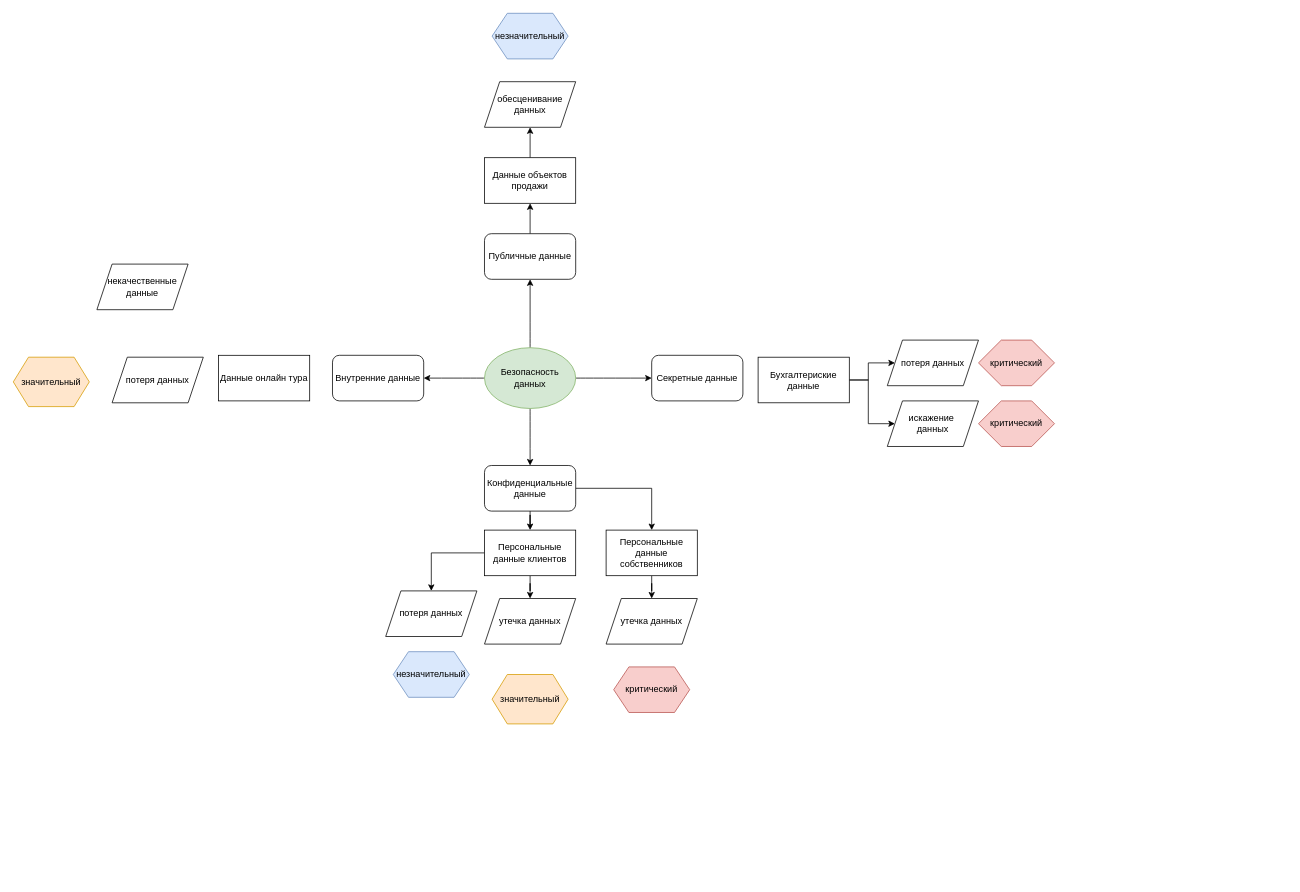
alexii-potapov/architecture-propdevelopment keeps this draw.io diagram as Task1/Task1.drawio. Above is the earlier version. Source tidied: cells renumbered, new cells numbered last; positions are measured from the earlier drawing's top-left corner, leaving out a move shared by most shapes. Both pictures are drawn from the tidied source at 76%, with x=0, y=0 at pixel (13, 13).
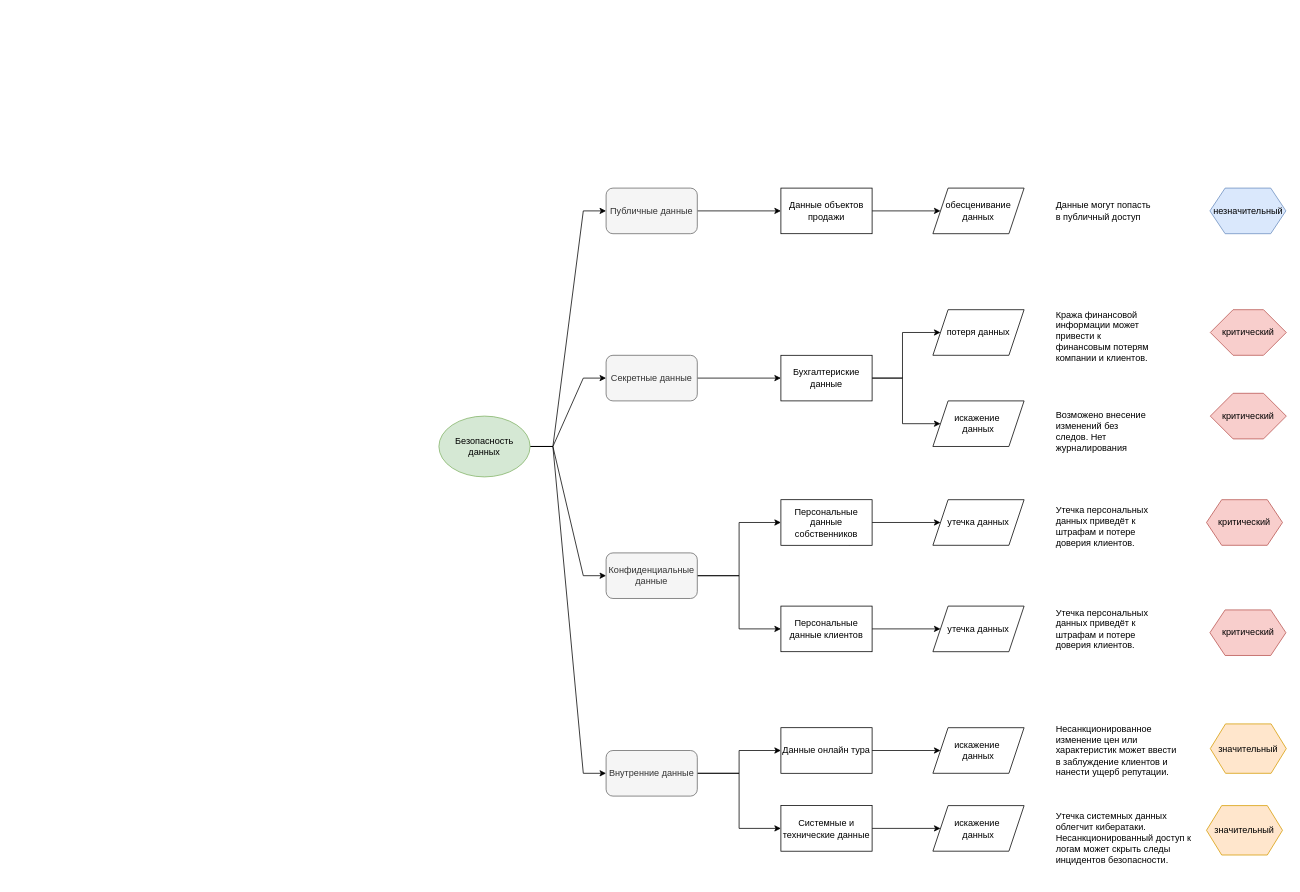
The same page after the edit.

Commit message:
Дополнение в Задание-1

Diff of the diagram source:
```diff
@@
+    <mxCell id="5" style="edgeStyle=entityRelationEdgeStyle;rounded=0;jettySize=auto;html=1;entryX=0;entryY=0.5;entryDx=0;entryDy=0;" parent="1" edge="1" source="6" target="9">
+      <mxGeometry relative="1" as="geometry" />
+    </mxCell>
+    <mxCell id="4" style="edgeStyle=entityRelationEdgeStyle;rounded=0;jettySize=auto;html=1;entryX=0;entryY=0.5;entryDx=0;entryDy=0;" parent="1" edge="1" source="6" target="12">
+      <mxGeometry relative="1" as="geometry" />
+    </mxCell>
+    <mxCell id="3" style="edgeStyle=entityRelationEdgeStyle;rounded=0;jettySize=auto;html=1;entryX=0;entryY=0.5;entryDx=0;entryDy=0;" parent="1" edge="1" source="6" target="13">
+      <mxGeometry relative="1" as="geometry" />
+    </mxCell>
-    <mxCell id="2" style="edgeStyle=orthogonalEdgeStyle;rounded=0;jettySize=auto;html=1;curved=1;entryX=0.5;entryY=1;entryDx=0;entryDy=0;" parent="1" edge="1" source="6" target="8">
+    <mxCell id="2" style="edgeStyle=entityRelationEdgeStyle;rounded=0;jettySize=auto;html=1;entryX=0;entryY=0.5;entryDx=0;entryDy=0;" parent="1" edge="1" source="6" target="8">
       <mxGeometry relative="1" as="geometry" />
     </mxCell>
-    <mxCell id="3" style="edgeStyle=orthogonalEdgeStyle;rounded=0;jettySize=auto;html=1;entryX=0;entryY=0.5;entryDx=0;entryDy=0;curved=1;" parent="1" edge="1" source="6" target="13">
-      <mxGeometry relative="1" as="geometry" />
-    </mxCell>
-    <mxCell id="4" style="edgeStyle=orthogonalEdgeStyle;rounded=0;jettySize=auto;html=1;entryX=0.5;entryY=0;entryDx=0;entryDy=0;curved=1;" parent="1" edge="1" source="6" target="12">
-      <mxGeometry relative="1" as="geometry" />
-    </mxCell>
-    <mxCell id="5" style="edgeStyle=orthogonalEdgeStyle;rounded=0;jettySize=auto;html=1;entryX=1;entryY=0.5;entryDx=0;entryDy=0;curved=1;" parent="1" edge="1" source="6" target="9">
-      <mxGeometry relative="1" as="geometry" />
-    </mxCell>
     <mxCell id="6" value="Безопасность данных" style="ellipse;whiteSpace=wrap;html=1;fillColor=#d5e8d4;strokeColor=#82b366;" parent="1" vertex="1">
-      <mxGeometry x="620" y="440" width="120" height="80" as="geometry" />
+      <mxGeometry x="560" y="530" width="120" height="80" as="geometry" />
     </mxCell>
@@
-    <mxCell id="8" value="Публичные данные" style="rounded=1;whiteSpace=wrap;html=1;" parent="1" vertex="1">
-      <mxGeometry x="620" y="290" width="120" height="60" as="geometry" />
+    <mxCell id="8" value="Публичные данные" style="rounded=1;whiteSpace=wrap;html=1;fillColor=#f5f5f5;fontColor=#333333;strokeColor=#666666;" parent="1" vertex="1">
+      <mxGeometry x="780" y="230" width="120" height="60" as="geometry" />
     </mxCell>
+    <mxCell id="40" style="edgeStyle=orthogonalEdgeStyle;rounded=0;jettySize=auto;html=1;" parent="1" edge="1" source="9" target="23">
+      <mxGeometry relative="1" as="geometry" />
+    </mxCell>
+    <mxCell id="41" style="edgeStyle=orthogonalEdgeStyle;rounded=0;jettySize=auto;html=1;entryX=0;entryY=0.5;entryDx=0;entryDy=0;" parent="1" edge="1" source="9" target="53">
+      <mxGeometry relative="1" as="geometry" />
+    </mxCell>
-    <mxCell id="9" value="Внутренние данные" style="rounded=1;whiteSpace=wrap;html=1;" parent="1" vertex="1">
-      <mxGeometry x="420" y="450" width="120" height="60" as="geometry" />
+    <mxCell id="9" value="Внутренние данные" style="rounded=1;whiteSpace=wrap;html=1;fillColor=#f5f5f5;fontColor=#333333;strokeColor=#666666;" parent="1" vertex="1">
+      <mxGeometry x="780" y="970" width="120" height="60" as="geometry" />
     </mxCell>
+    <mxCell id="11" style="edgeStyle=orthogonalEdgeStyle;rounded=0;jettySize=auto;html=1;entryX=0;entryY=0.5;entryDx=0;entryDy=0;" parent="1" edge="1" source="12" target="31">
+      <mxGeometry relative="1" as="geometry" />
+    </mxCell>
-    <mxCell id="10" style="edgeStyle=orthogonalEdgeStyle;rounded=0;jettySize=auto;html=1;" parent="1" edge="1" source="12" target="22">
+    <mxCell id="10" style="edgeStyle=orthogonalEdgeStyle;rounded=0;jettySize=auto;html=1;entryX=0;entryY=0.5;entryDx=0;entryDy=0;" parent="1" edge="1" source="12" target="22">
       <mxGeometry relative="1" as="geometry" />
     </mxCell>
-    <mxCell id="11" style="edgeStyle=orthogonalEdgeStyle;rounded=0;jettySize=auto;html=1;" parent="1" edge="1" source="12" target="31">
-      <mxGeometry relative="1" as="geometry" />
-    </mxCell>
-    <mxCell id="12" value="Конфиденциальные данные" style="rounded=1;whiteSpace=wrap;html=1;" parent="1" vertex="1">
-      <mxGeometry x="620" y="595" width="120" height="60" as="geometry" />
+    <mxCell id="12" value="Конфиденциальные данные" style="rounded=1;whiteSpace=wrap;html=1;fillColor=#f5f5f5;fontColor=#333333;strokeColor=#666666;" parent="1" vertex="1">
+      <mxGeometry x="780" y="710" width="120" height="60" as="geometry" />
     </mxCell>
+    <mxCell id="42" style="edgeStyle=orthogonalEdgeStyle;rounded=0;jettySize=auto;html=1;exitX=1;exitY=0.5;exitDx=0;exitDy=0;" parent="1" edge="1" source="13" target="37">
+      <mxGeometry relative="1" as="geometry" />
+    </mxCell>
-    <mxCell id="13" value="Секретные данные" style="rounded=1;whiteSpace=wrap;html=1;" parent="1" vertex="1">
-      <mxGeometry x="840" y="450" width="120" height="60" as="geometry" />
+    <mxCell id="13" value="Секретные данные" style="rounded=1;whiteSpace=wrap;html=1;fillColor=#f5f5f5;fontColor=#333333;strokeColor=#666666;" parent="1" vertex="1">
+      <mxGeometry x="780" y="450" width="120" height="60" as="geometry" />
     </mxCell>
-    <mxCell id="14" value="потеря данных" style="shape=parallelogram;perimeter=parallelogramPerimeter;whiteSpace=wrap;html=1;fixedSize=1;" parent="1" vertex="1">
-      <mxGeometry x="130" y="452.5" width="120" height="60" as="geometry" />
+    <mxCell id="14" value="искажение&amp;nbsp;&lt;div&gt;данных&lt;/div&gt;" style="shape=parallelogram;perimeter=parallelogramPerimeter;whiteSpace=wrap;html=1;fixedSize=1;" parent="1" vertex="1">
+      <mxGeometry x="1210" y="940" width="120" height="60" as="geometry" />
     </mxCell>
-    <mxCell id="15" value="некачественные данные" style="shape=parallelogram;perimeter=parallelogramPerimeter;whiteSpace=wrap;html=1;fixedSize=1;" parent="1" vertex="1">
-      <mxGeometry x="110" y="330" width="120" height="60" as="geometry" />
-    </mxCell>
     <mxCell id="16" value="обесценивание данных" style="shape=parallelogram;perimeter=parallelogramPerimeter;whiteSpace=wrap;html=1;fixedSize=1;" parent="1" vertex="1">
-      <mxGeometry x="620" y="90" width="120" height="60" as="geometry" />
+      <mxGeometry x="1210" y="230" width="120" height="60" as="geometry" />
     </mxCell>
     <mxCell id="17" value="утечка данных" style="shape=parallelogram;perimeter=parallelogramPerimeter;whiteSpace=wrap;html=1;fixedSize=1;" parent="1" vertex="1">
-      <mxGeometry x="620" y="770" width="120" height="60" as="geometry" />
+      <mxGeometry x="1210" y="780" width="120" height="60" as="geometry" />
     </mxCell>
     <mxCell id="18" value="незначительный" style="shape=hexagon;perimeter=hexagonPerimeter2;whiteSpace=wrap;html=1;fixedSize=1;fillColor=#dae8fc;strokeColor=#6c8ebf;" parent="1" vertex="1">
-      <mxGeometry x="630" width="100" height="60" as="geometry" />
+      <mxGeometry x="1574.5" y="230" width="100" height="60" as="geometry" />
     </mxCell>
     <mxCell id="19" value="критический" style="shape=hexagon;perimeter=hexagonPerimeter2;whiteSpace=wrap;html=1;fixedSize=1;fillColor=#f8cecc;strokeColor=#b85450;size=30;" parent="1" vertex="1">
-      <mxGeometry x="1270" y="510" width="100" height="60" as="geometry" />
+      <mxGeometry x="1575" y="500" width="100" height="60" as="geometry" />
     </mxCell>
-    <mxCell id="20" style="edgeStyle=orthogonalEdgeStyle;rounded=0;jettySize=auto;html=1;entryX=0.5;entryY=0;entryDx=0;entryDy=0;" parent="1" edge="1" source="22" target="28">
-      <mxGeometry relative="1" as="geometry" />
-    </mxCell>
-    <mxCell id="21" style="edgeStyle=orthogonalEdgeStyle;rounded=0;jettySize=auto;html=1;entryX=0.5;entryY=0;entryDx=0;entryDy=0;" parent="1" edge="1" source="22" target="17">
+    <mxCell id="21" style="edgeStyle=orthogonalEdgeStyle;rounded=0;jettySize=auto;html=1;entryX=0;entryY=0.5;entryDx=0;entryDy=0;" parent="1" edge="1" source="22" target="17">
       <mxGeometry relative="1" as="geometry" />
     </mxCell>
     <mxCell id="22" value="Персональные данные клиентов" style="rounded=0;whiteSpace=wrap;html=1;" parent="1" vertex="1">
-      <mxGeometry x="620" y="680" width="120" height="60" as="geometry" />
+      <mxGeometry x="1010" y="780" width="120" height="60" as="geometry" />
     </mxCell>
+    <mxCell id="43" style="edgeStyle=orthogonalEdgeStyle;rounded=0;jettySize=auto;html=1;" parent="1" edge="1" source="23" target="14">
+      <mxGeometry relative="1" as="geometry" />
+    </mxCell>
     <mxCell id="23" value="Данные онлайн тура" style="rounded=0;whiteSpace=wrap;html=1;" parent="1" vertex="1">
-      <mxGeometry x="270" y="450" width="120" height="60" as="geometry" />
+      <mxGeometry x="1010" y="940" width="120" height="60" as="geometry" />
     </mxCell>
@@
     <mxCell id="25" value="Данные объектов продажи" style="rounded=0;whiteSpace=wrap;html=1;" parent="1" vertex="1">
-      <mxGeometry x="620" y="190" width="120" height="60" as="geometry" />
+      <mxGeometry x="1010" y="230" width="120" height="60" as="geometry" />
     </mxCell>
     <mxCell id="26" value="критический" style="shape=hexagon;perimeter=hexagonPerimeter2;whiteSpace=wrap;html=1;fixedSize=1;fillColor=#f8cecc;strokeColor=#b85450;" parent="1" vertex="1">
-      <mxGeometry x="790" y="860" width="100" height="60" as="geometry" />
+      <mxGeometry x="1570" y="640" width="100" height="60" as="geometry" />
     </mxCell>
     <mxCell id="27" value="значительный" style="shape=hexagon;perimeter=hexagonPerimeter2;whiteSpace=wrap;html=1;fixedSize=1;fillColor=#ffe6cc;strokeColor=#d79b00;" parent="1" vertex="1">
-      <mxGeometry y="452.5" width="100" height="65" as="geometry" />
+      <mxGeometry x="1575" y="935" width="100" height="65" as="geometry" />
     </mxCell>
-    <mxCell id="28" value="потеря данных" style="shape=parallelogram;perimeter=parallelogramPerimeter;whiteSpace=wrap;html=1;fixedSize=1;" parent="1" vertex="1">
-      <mxGeometry x="490" y="760" width="120" height="60" as="geometry" />
-    </mxCell>
     <mxCell id="29" value="потеря данных" style="shape=parallelogram;perimeter=parallelogramPerimeter;whiteSpace=wrap;html=1;fixedSize=1;" parent="1" vertex="1">
-      <mxGeometry x="1150" y="430" width="120" height="60" as="geometry" />
+      <mxGeometry x="1210" y="390" width="120" height="60" as="geometry" />
     </mxCell>
@@
+    <mxCell id="44" style="edgeStyle=orthogonalEdgeStyle;rounded=0;jettySize=auto;html=1;exitX=0.75;exitY=1;exitDx=0;exitDy=0;" parent="1" edge="1" source="31">
+      <mxGeometry relative="1" as="geometry">
+        <mxPoint x="1100" y="690" as="targetPoint" />
+      </mxGeometry>
+    </mxCell>
     <mxCell id="31" value="Персональные данные собственников" style="rounded=0;whiteSpace=wrap;html=1;" parent="1" vertex="1">
-      <mxGeometry x="780" y="680" width="120" height="60" as="geometry" />
+      <mxGeometry x="1010" y="640" width="120" height="60" as="geometry" />
     </mxCell>
     <mxCell id="32" value="утечка данных" style="shape=parallelogram;perimeter=parallelogramPerimeter;whiteSpace=wrap;html=1;fixedSize=1;" parent="1" vertex="1">
-      <mxGeometry x="780" y="770" width="120" height="60" as="geometry" />
+      <mxGeometry x="1210" y="640" width="120" height="60" as="geometry" />
     </mxCell>
-    <mxCell id="33" value="незначительный" style="shape=hexagon;perimeter=hexagonPerimeter2;whiteSpace=wrap;html=1;fixedSize=1;fillColor=#dae8fc;strokeColor=#6c8ebf;" parent="1" vertex="1">
-      <mxGeometry x="500" y="840" width="100" height="60" as="geometry" />
-    </mxCell>
-    <mxCell id="34" value="значительный" style="shape=hexagon;perimeter=hexagonPerimeter2;whiteSpace=wrap;html=1;fixedSize=1;fillColor=#ffe6cc;strokeColor=#d79b00;" parent="1" vertex="1">
-      <mxGeometry x="630" y="870" width="100" height="65" as="geometry" />
-    </mxCell>
@@
     <mxCell id="37" value="Бухгалтериские данные" style="rounded=0;whiteSpace=wrap;html=1;" parent="1" vertex="1">
-      <mxGeometry x="980" y="452.5" width="120" height="60" as="geometry" />
+      <mxGeometry x="1010" y="450" width="120" height="60" as="geometry" />
     </mxCell>
     <mxCell id="38" value="искажение&amp;nbsp;&lt;div&gt;данных&lt;/div&gt;" style="shape=parallelogram;perimeter=parallelogramPerimeter;whiteSpace=wrap;html=1;fixedSize=1;" parent="1" vertex="1">
-      <mxGeometry x="1150" y="510" width="120" height="60" as="geometry" />
+      <mxGeometry x="1210" y="510" width="120" height="60" as="geometry" />
     </mxCell>
     <mxCell id="39" value="критический" style="shape=hexagon;perimeter=hexagonPerimeter2;whiteSpace=wrap;html=1;fixedSize=1;fillColor=#f8cecc;strokeColor=#b85450;size=30;" parent="1" vertex="1">
-      <mxGeometry x="1270" y="430" width="100" height="60" as="geometry" />
+      <mxGeometry x="1575" y="390" width="100" height="60" as="geometry" />
     </mxCell>
+    <mxCell id="45" value="Данные могут попасть в публичный доступ" style="text;html=1;align=left;verticalAlign=middle;whiteSpace=wrap;rounded=0;" parent="1" vertex="1">
+      <mxGeometry x="1370" y="225" width="130" height="70" as="geometry" />
+    </mxCell>
+    <mxCell id="46" value="Кража финансовой информации может привести к финансовым потерям компании и клиентов." style="text;html=1;align=left;verticalAlign=middle;whiteSpace=wrap;rounded=0;" parent="1" vertex="1">
+      <mxGeometry x="1370" y="390" width="130" height="70" as="geometry" />
+    </mxCell>
+    <mxCell id="47" value="Возможено внесение изменений без&amp;nbsp; следов. Нет журналирования" style="text;html=1;align=left;verticalAlign=middle;whiteSpace=wrap;rounded=0;" parent="1" vertex="1">
+      <mxGeometry x="1370" y="515" width="130" height="70" as="geometry" />
+    </mxCell>
+    <mxCell id="48" value="Утечка персональных данных приведёт к штрафам и потере доверия клиентов." style="text;html=1;align=left;verticalAlign=middle;whiteSpace=wrap;rounded=0;" parent="1" vertex="1">
+      <mxGeometry x="1370" y="640" width="140" height="70" as="geometry" />
+    </mxCell>
+    <mxCell id="49" value="критический" style="shape=hexagon;perimeter=hexagonPerimeter2;whiteSpace=wrap;html=1;fixedSize=1;fillColor=#f8cecc;strokeColor=#b85450;" parent="1" vertex="1">
+      <mxGeometry x="1574.5" y="785" width="100" height="60" as="geometry" />
+    </mxCell>
+    <mxCell id="50" value="Несанкционированное изменение цен или характеристик может ввести в заблуждение клиентов и нанести ущерб репутации." style="text;html=1;align=left;verticalAlign=middle;whiteSpace=wrap;rounded=0;" parent="1" vertex="1">
+      <mxGeometry x="1370" y="935" width="170" height="70" as="geometry" />
+    </mxCell>
+    <mxCell id="51" value="Утечка персональных данных приведёт к штрафам и потере доверия клиентов." style="text;html=1;align=left;verticalAlign=middle;whiteSpace=wrap;rounded=0;" parent="1" vertex="1">
+      <mxGeometry x="1370" y="775" width="140" height="70" as="geometry" />
+    </mxCell>
+    <mxCell id="52" style="edgeStyle=orthogonalEdgeStyle;rounded=0;jettySize=auto;html=1;" parent="1" edge="1" source="53" target="54">
+      <mxGeometry relative="1" as="geometry" />
+    </mxCell>
+    <mxCell id="53" value="Системные и технические данные" style="rounded=0;whiteSpace=wrap;html=1;" parent="1" vertex="1">
+      <mxGeometry x="1010" y="1042.5" width="120" height="60" as="geometry" />
+    </mxCell>
+    <mxCell id="54" value="искажение&amp;nbsp;&lt;div&gt;данных&lt;/div&gt;" style="shape=parallelogram;perimeter=parallelogramPerimeter;whiteSpace=wrap;html=1;fixedSize=1;" parent="1" vertex="1">
+      <mxGeometry x="1210" y="1042.5" width="120" height="60" as="geometry" />
+    </mxCell>
+    <mxCell id="55" value="Утечка системных данных &#10;облегчит кибератаки.&#10;Несанкционированный доступ к логам может скрыть следы инцидентов безопасности." style="text;whiteSpace=wrap;" parent="1" vertex="1">
+      <mxGeometry x="1370" y="1042.5" width="190" height="97.5" as="geometry" />
+    </mxCell>
+    <mxCell id="34" value="значительный" style="shape=hexagon;perimeter=hexagonPerimeter2;whiteSpace=wrap;html=1;fixedSize=1;fillColor=#ffe6cc;strokeColor=#d79b00;" parent="1" vertex="1">
+      <mxGeometry x="1570" y="1042.5" width="100" height="65" as="geometry" />
+    </mxCell>
```
